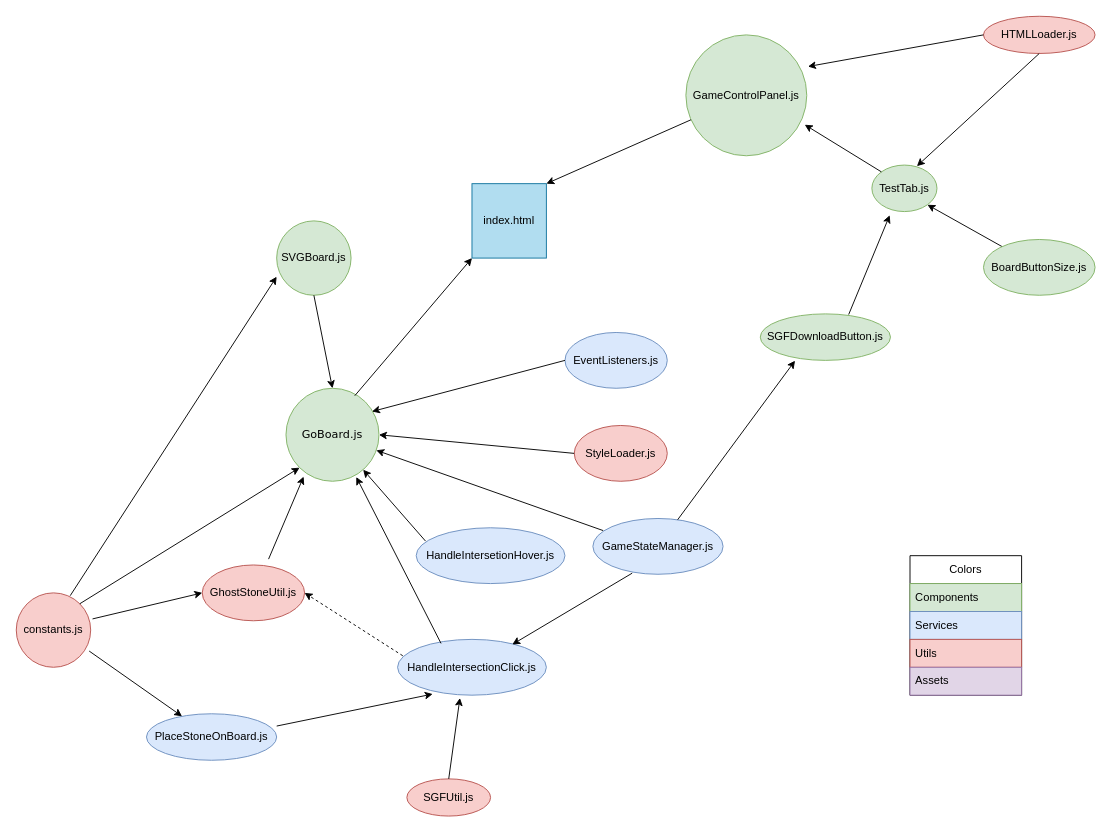
Before: WebGo.drawio in enokiLucas/Diagrams, a draw.io diagram. Source tidied: cells renumbered, new cells numbered last; positions are measured from the earlier drawing's top-left corner, leaving out a move shared by most shapes. Both pictures are drawn from the tidied source at 93%, with x=0, y=0 at pixel (16, 16).
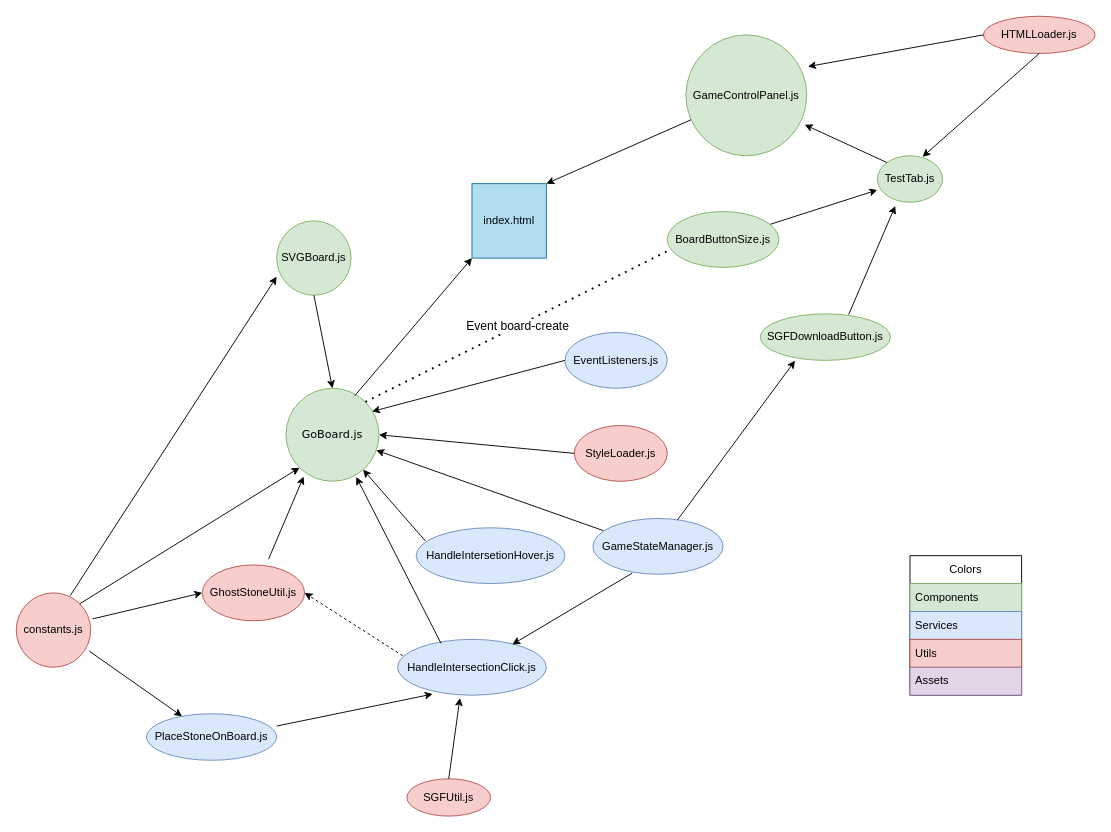
The same page after the edit.

Unchanged cells that the change refers to:
```xml
<mxCell id="2" value="GoBoard.js" style="ellipse;whiteSpace=wrap;html=1;fillColor=#d5e8d4;strokeColor=#82b366;fontFamily=Verdana;labelBackgroundColor=none;" parent="1" vertex="1">
  <mxGeometry x="290" y="400" width="100" height="100" as="geometry" />
</mxCell>
```

Diff of the diagram source:
```diff
@@
-    <mxCell id="13" style="endArrow=classic;html=1;rounded=0;entryX=1;entryY=1;entryDx=0;entryDy=0;" parent="1" edge="1" source="14" target="40">
+    <mxCell id="13" style="endArrow=classic;html=1;rounded=0;entryX=-0.003;entryY=0.736;entryDx=0;entryDy=0;entryPerimeter=0;" parent="1" edge="1" source="14" target="40">
       <mxGeometry relative="1" as="geometry" />
     </mxCell>
     <mxCell id="14" value="BoardButtonSize.js" style="ellipse;whiteSpace=wrap;html=1;fillColor=#d5e8d4;strokeColor=#82b366;" parent="1" vertex="1">
-      <mxGeometry x="1040" y="240" width="120" height="60" as="geometry" />
+      <mxGeometry x="700" y="210" width="120" height="60" as="geometry" />
     </mxCell>
@@
     <mxCell id="40" value="TestTab.js" style="ellipse;whiteSpace=wrap;html=1;fillColor=#d5e8d4;strokeColor=#82b366;" parent="1" vertex="1">
-      <mxGeometry x="920" y="160" width="70" height="50" as="geometry" />
+      <mxGeometry x="926" y="150" width="70" height="50" as="geometry" />
     </mxCell>
@@
+    <mxCell id="47" value="&lt;font style=&quot;font-size: 13px;&quot;&gt;Event board-create&lt;/font&gt;" style="endArrow=none;dashed=1;html=1;dashPattern=1 3;strokeWidth=2;rounded=0;entryX=0.02;entryY=0.69;entryDx=0;entryDy=0;entryPerimeter=0;exitX=1;exitY=0;exitDx=0;exitDy=0;" parent="1" edge="1" source="2" target="14">
+      <mxGeometry relative="1" as="geometry" />
+    </mxCell>
```
